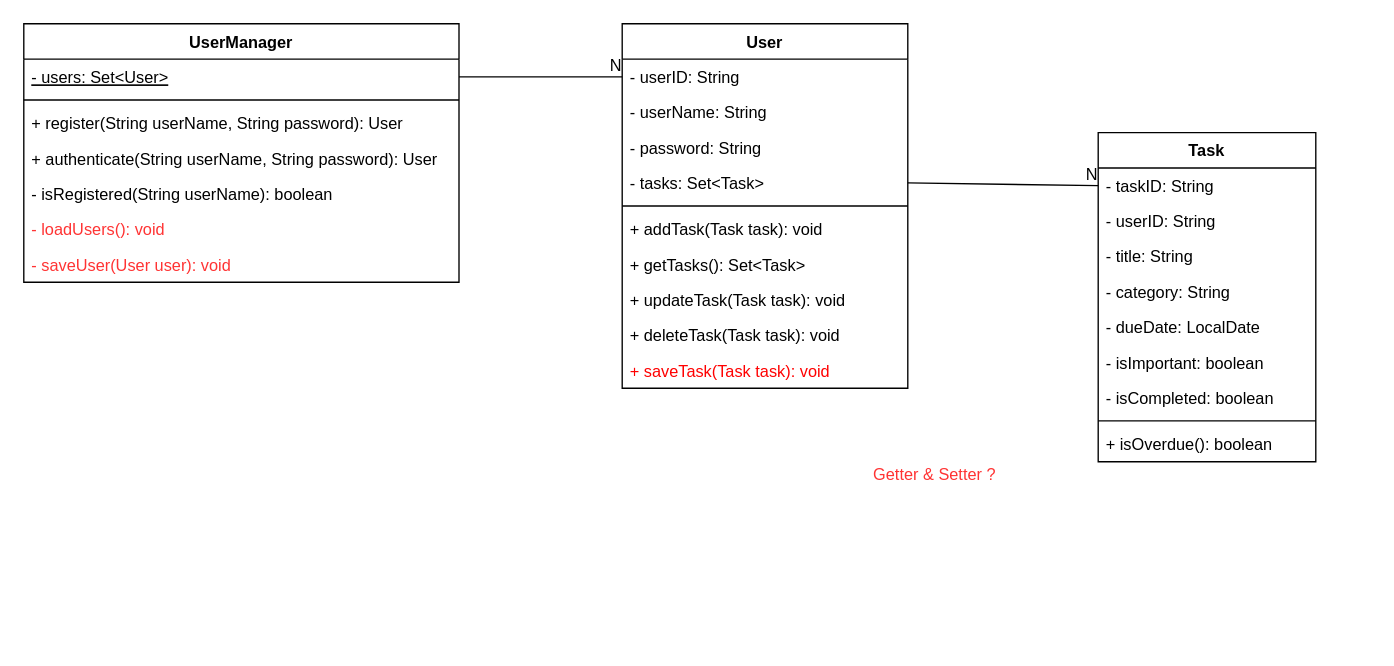
Before: page "Domain Model" (1 of 2) of docs/TodoApp.drawio in codeyard/bfh-todoapp, a draw.io diagram. Source tidied: cells renumbered, new cells numbered last; positions are measured from the earlier drawing's top-left corner, leaving out a move shared by most shapes. Both pictures are drawn from the tidied source at 136%, with x=0, y=0 at pixel (23, 23).
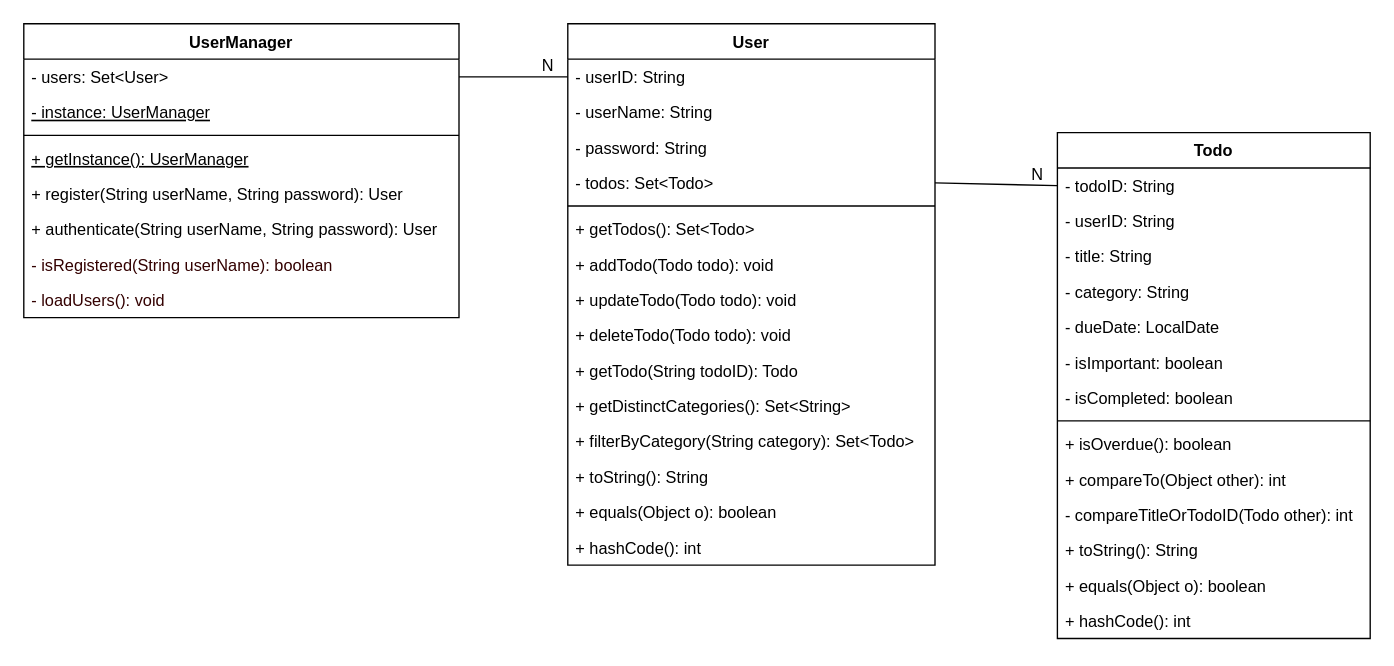
The same diagram, later.

Commit message (it also covers changes not shown here):
Refactoring Domain Model & Page Flow (task to todo)

Unchanged cells that the change refers to:
```xml
<mxCell id="32" style="endArrow=none;html=1;rounded=0;fontColor=#FF3333;exitX=1;exitY=0.5;exitDx=0;exitDy=0;entryX=0;entryY=0.5;entryDx=0;entryDy=0;" parent="1" edge="1" source="24" target="3">
  <mxGeometry relative="1" as="geometry" />
</mxCell>
<mxCell id="34" style="endArrow=none;html=1;rounded=0;fontColor=#FF3333;exitX=1;exitY=0.5;exitDx=0;exitDy=0;entryX=0;entryY=0.5;entryDx=0;entryDy=0;" parent="1" edge="1" source="6" target="14">
  <mxGeometry relative="1" as="geometry" />
</mxCell>
```

What changed in the source:
```diff
@@
     <mxCell id="2" value="User" style="swimlane;fontStyle=1;align=center;verticalAlign=top;horizontal=1;startSize=26;" parent="1" vertex="1">
-      <mxGeometry x="440" width="210" height="268" as="geometry" />
+      <mxGeometry x="400" width="270" height="398" as="geometry" />
     </mxCell>
     <mxCell id="3" value="- userID: String&#10;" style="text;strokeColor=none;fillColor=none;align=left;verticalAlign=top;spacingLeft=4;spacingRight=4;overflow=hidden;points=[[0,0.5],[1,0.5]];portConstraint=eastwest;" parent="2" vertex="1">
-      <mxGeometry y="26" width="210" height="26" as="geometry" />
+      <mxGeometry y="26" width="270" height="26" as="geometry" />
     </mxCell>
     <mxCell id="4" value="- userName: String&#10;" style="text;strokeColor=none;fillColor=none;align=left;verticalAlign=top;spacingLeft=4;spacingRight=4;overflow=hidden;" parent="2" vertex="1">
-      <mxGeometry y="52" width="210" height="26" as="geometry" />
+      <mxGeometry y="52" width="270" height="26" as="geometry" />
     </mxCell>
     <mxCell id="5" value="- password: String&#10;" style="text;strokeColor=none;fillColor=none;align=left;verticalAlign=top;spacingLeft=4;spacingRight=4;overflow=hidden;" parent="2" vertex="1">
-      <mxGeometry y="78" width="210" height="26" as="geometry" />
+      <mxGeometry y="78" width="270" height="26" as="geometry" />
     </mxCell>
-    <mxCell id="6" value="- tasks: Set&lt;Task&gt;&#10;" style="text;strokeColor=none;fillColor=none;align=left;verticalAlign=top;spacingLeft=4;spacingRight=4;overflow=hidden;points=[[0,0.5],[1,0.5]];portConstraint=eastwest;" parent="2" vertex="1">
-      <mxGeometry y="104" width="210" height="26" as="geometry" />
+    <mxCell id="6" value="- todos: Set&lt;Todo&gt;&#10;" style="text;strokeColor=none;fillColor=none;align=left;verticalAlign=top;spacingLeft=4;spacingRight=4;overflow=hidden;points=[[0,0.5],[1,0.5]];portConstraint=eastwest;" parent="2" vertex="1">
+      <mxGeometry y="104" width="270" height="26" as="geometry" />
     </mxCell>
     <mxCell id="7" style="line;strokeWidth=1;fillColor=none;align=left;verticalAlign=middle;spacingTop=-1;spacingLeft=3;spacingRight=3;labelPosition=right;" parent="2" vertex="1">
-      <mxGeometry y="130" width="210" height="8" as="geometry" />
+      <mxGeometry y="130" width="270" height="8" as="geometry" />
     </mxCell>
+    <mxCell id="9" value="+ getTodos(): Set&lt;Todo&gt;" style="text;strokeColor=none;fillColor=none;align=left;verticalAlign=top;spacingLeft=4;spacingRight=4;overflow=hidden;" parent="2" vertex="1">
+      <mxGeometry y="138" width="270" height="26" as="geometry" />
+    </mxCell>
-    <mxCell id="8" value="+ addTask(Task task): void" style="text;strokeColor=none;fillColor=none;align=left;verticalAlign=top;spacingLeft=4;spacingRight=4;overflow=hidden;" parent="2" vertex="1">
-      <mxGeometry y="138" width="210" height="26" as="geometry" />
+    <mxCell id="8" value="+ addTodo(Todo todo): void" style="text;strokeColor=none;fillColor=none;align=left;verticalAlign=top;spacingLeft=4;spacingRight=4;overflow=hidden;" parent="2" vertex="1">
+      <mxGeometry y="164" width="270" height="26" as="geometry" />
     </mxCell>
-    <mxCell id="9" value="+ getTasks(): Set&lt;Task&gt;" style="text;strokeColor=none;fillColor=none;align=left;verticalAlign=top;spacingLeft=4;spacingRight=4;overflow=hidden;" parent="2" vertex="1">
-      <mxGeometry y="164" width="210" height="26" as="geometry" />
-    </mxCell>
-    <mxCell id="10" value="+ updateTask(Task task): void" style="text;strokeColor=none;fillColor=none;align=left;verticalAlign=top;spacingLeft=4;spacingRight=4;overflow=hidden;" parent="2" vertex="1">
-      <mxGeometry y="190" width="210" height="26" as="geometry" />
+    <mxCell id="10" value="+ updateTodo(Todo todo): void" style="text;strokeColor=none;fillColor=none;align=left;verticalAlign=top;spacingLeft=4;spacingRight=4;overflow=hidden;" parent="2" vertex="1">
+      <mxGeometry y="190" width="270" height="26" as="geometry" />
     </mxCell>
-    <mxCell id="11" value="+ deleteTask(Task task): void" style="text;strokeColor=none;fillColor=none;align=left;verticalAlign=top;spacingLeft=4;spacingRight=4;overflow=hidden;" parent="2" vertex="1">
-      <mxGeometry y="216" width="210" height="26" as="geometry" />
+    <mxCell id="11" value="+ deleteTodo(Todo todo): void" style="text;strokeColor=none;fillColor=none;align=left;verticalAlign=top;spacingLeft=4;spacingRight=4;overflow=hidden;" parent="2" vertex="1">
+      <mxGeometry y="216" width="270" height="26" as="geometry" />
     </mxCell>
-    <mxCell id="12" value="+ saveTask(Task task): void" style="text;strokeColor=none;fillColor=none;align=left;verticalAlign=top;spacingLeft=4;spacingRight=4;overflow=hidden;fontColor=#FF0000;" parent="2" vertex="1">
-      <mxGeometry y="242" width="210" height="26" as="geometry" />
-    </mxCell>
+    <mxCell id="36" value="+ getTodo(String todoID): Todo" style="text;strokeColor=none;fillColor=none;align=left;verticalAlign=top;spacingLeft=4;spacingRight=4;overflow=hidden;" parent="2" vertex="1">
+      <mxGeometry y="242" width="270" height="26" as="geometry" />
+    </mxCell>
+    <mxCell id="37" value="+ getDistinctCategories(): Set&lt;String&gt;" style="text;strokeColor=none;fillColor=none;align=left;verticalAlign=top;spacingLeft=4;spacingRight=4;overflow=hidden;" parent="2" vertex="1">
+      <mxGeometry y="268" width="270" height="26" as="geometry" />
+    </mxCell>
+    <mxCell id="38" value="+ filterByCategory(String category): Set&lt;Todo&gt;" style="text;strokeColor=none;fillColor=none;align=left;verticalAlign=top;spacingLeft=4;spacingRight=4;overflow=hidden;" parent="2" vertex="1">
+      <mxGeometry y="294" width="270" height="26" as="geometry" />
+    </mxCell>
+    <mxCell id="39" value="+ toString(): String" style="text;strokeColor=none;fillColor=none;align=left;verticalAlign=top;spacingLeft=4;spacingRight=4;overflow=hidden;" parent="2" vertex="1">
+      <mxGeometry y="320" width="270" height="26" as="geometry" />
+    </mxCell>
+    <mxCell id="40" value="+ equals(Object o): boolean" style="text;strokeColor=none;fillColor=none;align=left;verticalAlign=top;spacingLeft=4;spacingRight=4;overflow=hidden;" parent="2" vertex="1">
+      <mxGeometry y="346" width="270" height="26" as="geometry" />
+    </mxCell>
+    <mxCell id="41" value="+ hashCode(): int" style="text;strokeColor=none;fillColor=none;align=left;verticalAlign=top;spacingLeft=4;spacingRight=4;overflow=hidden;" parent="2" vertex="1">
+      <mxGeometry y="372" width="270" height="26" as="geometry" />
+    </mxCell>
-    <mxCell id="13" value="Task" style="swimlane;fontStyle=1;align=center;verticalAlign=top;horizontal=1;startSize=26;" parent="1" vertex="1">
-      <mxGeometry x="790" y="80" width="160" height="242" as="geometry" />
+    <mxCell id="13" value="Todo" style="swimlane;fontStyle=1;align=center;verticalAlign=top;horizontal=1;startSize=26;" parent="1" vertex="1">
+      <mxGeometry x="760" y="80" width="230" height="372" as="geometry" />
     </mxCell>
-    <mxCell id="14" value="- taskID: String" style="text;strokeColor=none;fillColor=none;align=left;verticalAlign=top;spacingLeft=4;spacingRight=4;overflow=hidden;points=[[0,0.5],[1,0.5]];portConstraint=eastwest;" parent="13" vertex="1">
-      <mxGeometry y="26" width="160" height="26" as="geometry" />
+    <mxCell id="14" value="- todoID: String" style="text;strokeColor=none;fillColor=none;align=left;verticalAlign=top;spacingLeft=4;spacingRight=4;overflow=hidden;points=[[0,0.5],[1,0.5]];portConstraint=eastwest;" parent="13" vertex="1">
+      <mxGeometry y="26" width="230" height="26" as="geometry" />
     </mxCell>
     <mxCell id="15" value="- userID: String" style="text;strokeColor=none;fillColor=none;align=left;verticalAlign=top;spacingLeft=4;spacingRight=4;overflow=hidden;" parent="13" vertex="1">
-      <mxGeometry y="52" width="160" height="26" as="geometry" />
+      <mxGeometry y="52" width="230" height="26" as="geometry" />
     </mxCell>
     <mxCell id="16" value="- title: String" style="text;strokeColor=none;fillColor=none;align=left;verticalAlign=top;spacingLeft=4;spacingRight=4;overflow=hidden;" parent="13" vertex="1">
-      <mxGeometry y="78" width="160" height="26" as="geometry" />
+      <mxGeometry y="78" width="230" height="26" as="geometry" />
     </mxCell>
     <mxCell id="17" value="- category: String" style="text;strokeColor=none;fillColor=none;align=left;verticalAlign=top;spacingLeft=4;spacingRight=4;overflow=hidden;" parent="13" vertex="1">
-      <mxGeometry y="104" width="160" height="26" as="geometry" />
+      <mxGeometry y="104" width="230" height="26" as="geometry" />
     </mxCell>
     <mxCell id="18" value="- dueDate: LocalDate" style="text;strokeColor=none;fillColor=none;align=left;verticalAlign=top;spacingLeft=4;spacingRight=4;overflow=hidden;" parent="13" vertex="1">
-      <mxGeometry y="130" width="160" height="26" as="geometry" />
+      <mxGeometry y="130" width="230" height="26" as="geometry" />
     </mxCell>
     <mxCell id="19" value="- isImportant: boolean" style="text;strokeColor=none;fillColor=none;align=left;verticalAlign=top;spacingLeft=4;spacingRight=4;overflow=hidden;" parent="13" vertex="1">
-      <mxGeometry y="156" width="160" height="26" as="geometry" />
+      <mxGeometry y="156" width="230" height="26" as="geometry" />
     </mxCell>
     <mxCell id="20" value="- isCompleted: boolean" style="text;strokeColor=none;fillColor=none;align=left;verticalAlign=top;spacingLeft=4;spacingRight=4;overflow=hidden;" parent="13" vertex="1">
-      <mxGeometry y="182" width="160" height="26" as="geometry" />
+      <mxGeometry y="182" width="230" height="26" as="geometry" />
     </mxCell>
     <mxCell id="21" style="line;strokeWidth=1;fillColor=none;align=left;verticalAlign=middle;spacingTop=-1;spacingLeft=3;spacingRight=3;labelPosition=right;" parent="13" vertex="1">
-      <mxGeometry y="208" width="160" height="8" as="geometry" />
+      <mxGeometry y="208" width="230" height="8" as="geometry" />
     </mxCell>
     <mxCell id="22" value="+ isOverdue(): boolean" style="text;strokeColor=none;fillColor=none;align=left;verticalAlign=top;spacingLeft=4;spacingRight=4;overflow=hidden;" parent="13" vertex="1">
-      <mxGeometry y="216" width="160" height="26" as="geometry" />
+      <mxGeometry y="216" width="230" height="26" as="geometry" />
     </mxCell>
+    <mxCell id="42" value="+ compareTo(Object other): int" style="text;strokeColor=none;fillColor=none;align=left;verticalAlign=top;spacingLeft=4;spacingRight=4;overflow=hidden;" parent="13" vertex="1">
+      <mxGeometry y="242" width="230" height="26" as="geometry" />
+    </mxCell>
+    <mxCell id="43" value="- compareTitleOrTodoID(Todo other): int" style="text;strokeColor=none;fillColor=none;align=left;verticalAlign=top;spacingLeft=4;spacingRight=4;overflow=hidden;" parent="13" vertex="1">
+      <mxGeometry y="268" width="230" height="26" as="geometry" />
+    </mxCell>
+    <mxCell id="44" value="+ toString(): String" style="text;strokeColor=none;fillColor=none;align=left;verticalAlign=top;spacingLeft=4;spacingRight=4;overflow=hidden;" parent="13" vertex="1">
+      <mxGeometry y="294" width="230" height="26" as="geometry" />
+    </mxCell>
+    <mxCell id="45" value="+ equals(Object o): boolean" style="text;strokeColor=none;fillColor=none;align=left;verticalAlign=top;spacingLeft=4;spacingRight=4;overflow=hidden;" parent="13" vertex="1">
+      <mxGeometry y="320" width="230" height="26" as="geometry" />
+    </mxCell>
+    <mxCell id="46" value="+ hashCode(): int" style="text;strokeColor=none;fillColor=none;align=left;verticalAlign=top;spacingLeft=4;spacingRight=4;overflow=hidden;" parent="13" vertex="1">
+      <mxGeometry y="346" width="230" height="26" as="geometry" />
+    </mxCell>
     <mxCell id="23" value="UserManager" style="swimlane;fontStyle=1;align=center;verticalAlign=top;horizontal=1;startSize=26;" parent="1" vertex="1">
-      <mxGeometry width="320" height="190" as="geometry" />
+      <mxGeometry width="320" height="216" as="geometry" />
     </mxCell>
-    <mxCell id="24" value="- users: Set&lt;User&gt;" style="text;strokeColor=none;fillColor=none;align=left;verticalAlign=top;spacingLeft=4;spacingRight=4;overflow=hidden;points=[[0,0.5],[1,0.5]];portConstraint=eastwest;fontStyle=4;" parent="23" vertex="1">
+    <mxCell id="24" value="- users: Set&lt;User&gt;" style="text;strokeColor=none;fillColor=none;align=left;verticalAlign=top;spacingLeft=4;spacingRight=4;overflow=hidden;points=[[0,0.5],[1,0.5]];portConstraint=eastwest;fontStyle=0;" parent="23" vertex="1">
       <mxGeometry y="26" width="320" height="26" as="geometry" />
     </mxCell>
+    <mxCell id="47" value="- instance: UserManager" style="text;strokeColor=none;fillColor=none;align=left;verticalAlign=top;spacingLeft=4;spacingRight=4;overflow=hidden;fontStyle=4;" parent="23" vertex="1">
+      <mxGeometry y="52" width="320" height="26" as="geometry" />
+    </mxCell>
     <mxCell id="25" style="line;strokeWidth=1;fillColor=none;align=left;verticalAlign=middle;spacingTop=-1;spacingLeft=3;spacingRight=3;labelPosition=right;" parent="23" vertex="1">
-      <mxGeometry y="52" width="320" height="8" as="geometry" />
+      <mxGeometry y="78" width="320" height="8" as="geometry" />
     </mxCell>
-    <mxCell id="26" value="+ register(String userName, String password): User" style="text;strokeColor=none;fillColor=none;align=left;verticalAlign=top;spacingLeft=4;spacingRight=4;overflow=hidden;" parent="23" vertex="1">
-      <mxGeometry y="60" width="320" height="26" as="geometry" />
+    <mxCell id="26" value="+ getInstance(): UserManager" style="text;strokeColor=none;fillColor=none;align=left;verticalAlign=top;spacingLeft=4;spacingRight=4;overflow=hidden;fontStyle=4;" parent="23" vertex="1">
+      <mxGeometry y="86" width="320" height="26" as="geometry" />
     </mxCell>
-    <mxCell id="27" value="+ authenticate(String userName, String password): User" style="text;strokeColor=none;fillColor=none;align=left;verticalAlign=top;spacingLeft=4;spacingRight=4;overflow=hidden;" parent="23" vertex="1">
-      <mxGeometry y="86" width="320" height="26" as="geometry" />
+    <mxCell id="27" value="+ register(String userName, String password): User" style="text;strokeColor=none;fillColor=none;align=left;verticalAlign=top;spacingLeft=4;spacingRight=4;overflow=hidden;" parent="23" vertex="1">
+      <mxGeometry y="112" width="320" height="26" as="geometry" />
     </mxCell>
-    <mxCell id="28" value="- isRegistered(String userName): boolean" style="text;strokeColor=none;fillColor=none;align=left;verticalAlign=top;spacingLeft=4;spacingRight=4;overflow=hidden;" parent="23" vertex="1">
-      <mxGeometry y="112" width="320" height="26" as="geometry" />
+    <mxCell id="28" value="+ authenticate(String userName, String password): User" style="text;strokeColor=none;fillColor=none;align=left;verticalAlign=top;spacingLeft=4;spacingRight=4;overflow=hidden;" parent="23" vertex="1">
+      <mxGeometry y="138" width="320" height="26" as="geometry" />
     </mxCell>
-    <mxCell id="29" value="- loadUsers(): void" style="text;strokeColor=none;fillColor=none;align=left;verticalAlign=top;spacingLeft=4;spacingRight=4;overflow=hidden;fontColor=#FF3333;" parent="23" vertex="1">
-      <mxGeometry y="138" width="320" height="26" as="geometry" />
+    <mxCell id="29" value="- isRegistered(String userName): boolean" style="text;strokeColor=none;fillColor=none;align=left;verticalAlign=top;spacingLeft=4;spacingRight=4;overflow=hidden;fontColor=#330000;" parent="23" vertex="1">
+      <mxGeometry y="164" width="320" height="26" as="geometry" />
     </mxCell>
-    <mxCell id="30" value="- saveUser(User user): void" style="text;strokeColor=none;fillColor=none;align=left;verticalAlign=top;spacingLeft=4;spacingRight=4;overflow=hidden;fontColor=#FF3333;" parent="23" vertex="1">
-      <mxGeometry y="164" width="320" height="26" as="geometry" />
-    </mxCell>
-    <mxCell id="31" value="Getter &amp;amp; Setter ?" style="text;html=1;strokeColor=none;fillColor=none;align=center;verticalAlign=middle;whiteSpace=wrap;rounded=0;fontColor=#FF3333;" parent="1" vertex="1">
-      <mxGeometry x="610" y="322" width="120" height="20" as="geometry" />
-    </mxCell>
+    <mxCell id="48" value="- loadUsers(): void" style="text;strokeColor=none;fillColor=none;align=left;verticalAlign=top;spacingLeft=4;spacingRight=4;overflow=hidden;fontColor=#330000;" parent="23" vertex="1">
+      <mxGeometry y="190" width="320" height="26" as="geometry" />
+    </mxCell>
@@
     <mxCell id="33" value="N" style="html=1;align=right;verticalAlign=bottom;" parent="32" vertex="1">
-      <mxGeometry x="1" relative="1" as="geometry" />
+      <mxGeometry x="1" relative="1" as="geometry">
+        <mxPoint x="-10" as="offset" />
+      </mxGeometry>
     </mxCell>
@@
     <mxCell id="35" value="N" style="html=1;align=right;verticalAlign=bottom;" parent="34" vertex="1">
-      <mxGeometry x="1" relative="1" as="geometry" />
+      <mxGeometry x="1" relative="1" as="geometry">
+        <mxPoint x="-10" as="offset" />
+      </mxGeometry>
     </mxCell>
```
